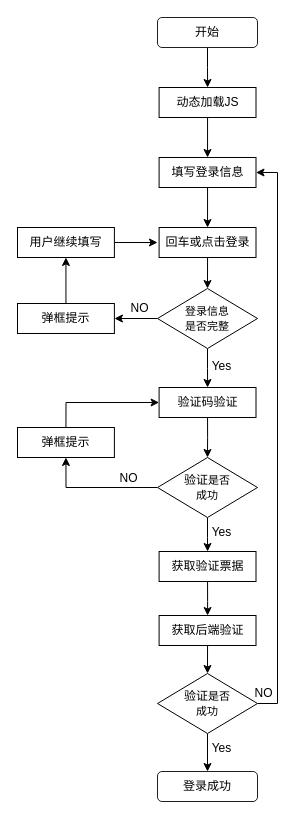
Before: 未命名绘图.drawio in qiuqiu1234/my-test-pro, a draw.io diagram. Source tidied: cells renumbered, new cells numbered last; positions are measured from the earlier drawing's top-left corner, leaving out a move shared by most shapes. Both pictures are drawn from the tidied source at 100%, with x=0, y=0 at pixel (17, 17).
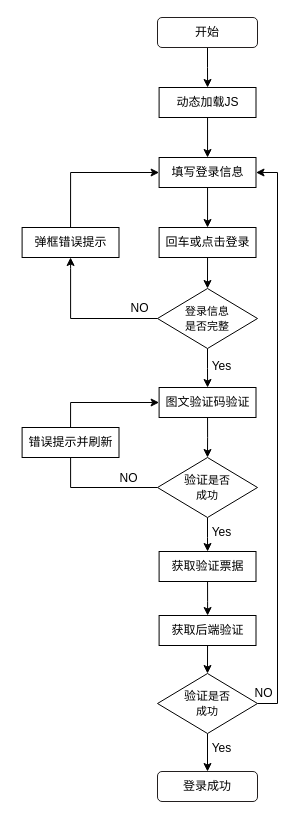
The same diagram, later.

Commit message:
更新未命名绘图.drawio

Unchanged cells that the change refers to:
```xml
<mxCell id="10" value="&lt;font style=&quot;font-size: 11px;&quot;&gt;登录信息&lt;br&gt;是否完整&lt;/font&gt;" style="rhombus;whiteSpace=wrap;html=1;" parent="1" vertex="1">
  <mxGeometry x="140" y="271" width="100" height="60" as="geometry" />
</mxCell>
<mxCell id="30" value="填写登录信息" style="rounded=0;whiteSpace=wrap;html=1;" parent="1" vertex="1">
  <mxGeometry x="141.6" y="140" width="96.9" height="30" as="geometry" />
</mxCell>
```

Diff of the diagram source:
```diff
@@
+    <mxCell id="9" style="edgeStyle=orthogonalEdgeStyle;rounded=0;jettySize=auto;html=1;exitX=0.5;exitY=1;exitDx=0;exitDy=0;" parent="1" edge="1" source="10" target="16">
+      <mxGeometry relative="1" as="geometry" />
+    </mxCell>
-    <mxCell id="8" style="edgeStyle=orthogonalEdgeStyle;rounded=0;jettySize=auto;html=1;exitX=0;exitY=0.5;exitDx=0;exitDy=0;entryX=1;entryY=0.5;entryDx=0;entryDy=0;" parent="1" edge="1" source="10" target="12">
+    <mxCell id="8" style="edgeStyle=orthogonalEdgeStyle;rounded=0;jettySize=auto;html=1;exitX=0;exitY=0.5;exitDx=0;exitDy=0;entryX=0.5;entryY=1;entryDx=0;entryDy=0;" parent="1" edge="1" source="10" target="12">
       <mxGeometry relative="1" as="geometry" />
     </mxCell>
-    <mxCell id="9" style="edgeStyle=orthogonalEdgeStyle;rounded=0;jettySize=auto;html=1;exitX=0.5;exitY=1;exitDx=0;exitDy=0;" parent="1" edge="1" source="10" target="16">
-      <mxGeometry relative="1" as="geometry" />
-    </mxCell>
@@
-    <mxCell id="11" style="edgeStyle=orthogonalEdgeStyle;rounded=0;jettySize=auto;html=1;exitX=0.5;exitY=0;exitDx=0;exitDy=0;entryX=0.5;entryY=1;entryDx=0;entryDy=0;" parent="1" edge="1" source="12" target="14">
-      <mxGeometry relative="1" as="geometry" />
-    </mxCell>
+    <mxCell id="38" style="edgeStyle=orthogonalEdgeStyle;rounded=0;jettySize=auto;html=1;exitX=0.5;exitY=0;exitDx=0;exitDy=0;entryX=0;entryY=0.5;entryDx=0;entryDy=0;" parent="1" edge="1" source="12" target="30">
+      <mxGeometry relative="1" as="geometry" />
+    </mxCell>
-    <mxCell id="12" value="弹框提示" style="rounded=0;whiteSpace=wrap;html=1;" parent="1" vertex="1">
-      <mxGeometry y="286" width="96.9" height="30" as="geometry" />
+    <mxCell id="12" value="弹框错误提示" style="rounded=0;whiteSpace=wrap;html=1;" parent="1" vertex="1">
+      <mxGeometry x="4.6" y="210" width="96.9" height="30" as="geometry" />
     </mxCell>
-    <mxCell id="13" style="edgeStyle=orthogonalEdgeStyle;rounded=0;jettySize=auto;html=1;exitX=1;exitY=0.5;exitDx=0;exitDy=0;" parent="1" edge="1" source="14">
-      <mxGeometry relative="1" as="geometry">
-        <mxPoint x="140" y="225" as="targetPoint" />
-      </mxGeometry>
-    </mxCell>
-    <mxCell id="14" value="用户继续填写" style="rounded=0;whiteSpace=wrap;html=1;" parent="1" vertex="1">
-      <mxGeometry y="210" width="96.9" height="30" as="geometry" />
-    </mxCell>
@@
-    <mxCell id="16" value="验证码验证" style="rounded=0;whiteSpace=wrap;html=1;" parent="1" vertex="1">
+    <mxCell id="16" value="图文验证码验证" style="rounded=0;whiteSpace=wrap;html=1;" parent="1" vertex="1">
       <mxGeometry x="141.6" y="370" width="96.9" height="30" as="geometry" />
     </mxCell>
@@
-    <mxCell id="23" value="弹框提示" style="rounded=0;whiteSpace=wrap;html=1;" parent="1" vertex="1">
-      <mxGeometry y="410" width="96.9" height="30" as="geometry" />
+    <mxCell id="23" value="错误提示并刷新" style="rounded=0;whiteSpace=wrap;html=1;" parent="1" vertex="1">
+      <mxGeometry x="4.6" y="410" width="96.9" height="30" as="geometry" />
     </mxCell>
```
